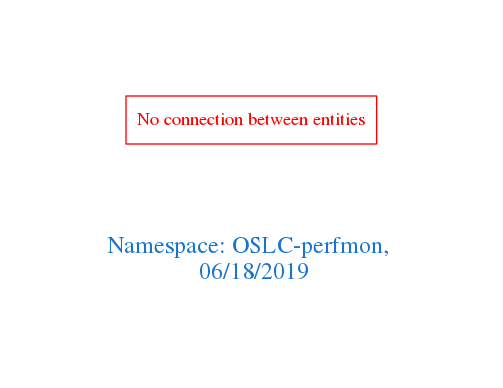
This is downloads/OSLC-perfmon.png from arago/OGIT, a Graphviz export, as it was before one commit. Its source is kept beside it as downloads/OSLC-perfmon.dot.
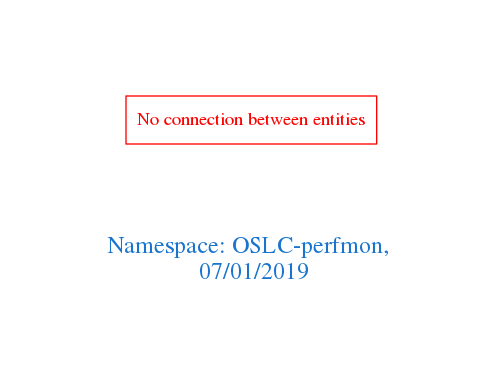
The same file after the commit.

Change to the diagram source:
```diff
@@ -1,7 +1,7 @@
 digraph OGIT_ontology {
  graph [ rankdir= LR,pad=1
 fontsize = 18,
-fontcolor= dodgerblue3,label = "\n\n\nNamespace: OSLC-perfmon, \n 06/18/2019"];
+fontcolor= dodgerblue3,label = "\n\n\nNamespace: OSLC-perfmon, \n 07/01/2019"];
 node[shape=polygon];
 edge [  color="gray81"];
 
```
